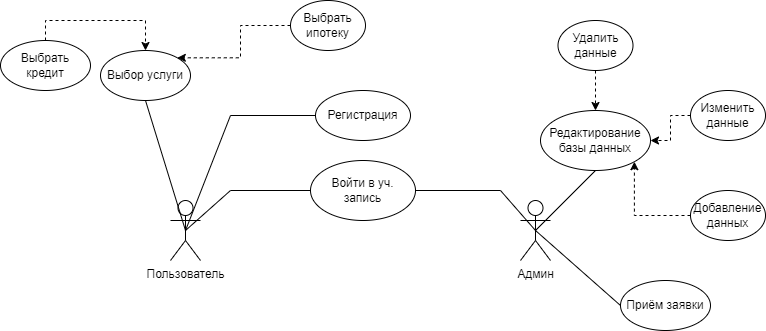
Above: Bank.drawio.png in Involuntar/Test (draw.io), before the change. Source tidied: cells renumbered, new cells last; positions are measured from the earlier drawing's top-left corner, leaving out a move shared by most shapes.
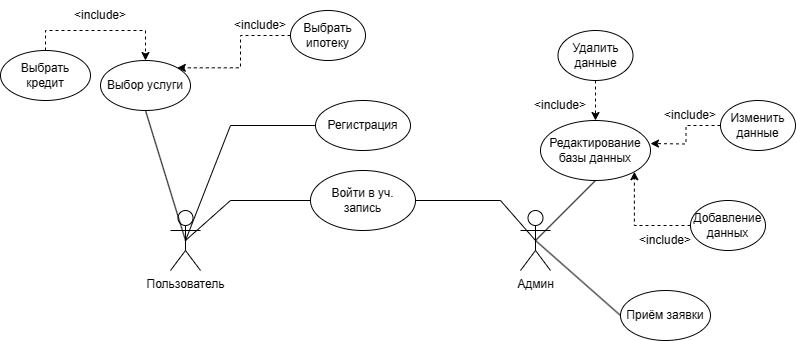
After the change.

What changed in the source:
```diff
@@ -65,11 +65,13 @@
     <mxCell id="16" style="endArrow=none;html=1;rounded=0;entryX=0.5;entryY=1;entryDx=0;entryDy=0;exitX=0.5;exitY=0.5;exitDx=0;exitDy=0;exitPerimeter=0;" parent="1" edge="1" source="3" target="15">
       <mxGeometry relative="1" as="geometry" />
     </mxCell>
-    <mxCell id="17" style="edgeStyle=orthogonalEdgeStyle;rounded=0;jettySize=auto;html=1;entryX=1;entryY=0.5;entryDx=0;entryDy=0;dashed=1;" parent="1" edge="1" source="18" target="15">
-      <mxGeometry relative="1" as="geometry" />
+    <mxCell id="17" style="edgeStyle=orthogonalEdgeStyle;rounded=0;jettySize=auto;html=1;dashed=1;" parent="1" edge="1" source="18">
+      <mxGeometry relative="1" as="geometry">
+        <mxPoint x="650" y="133" as="targetPoint" />
+      </mxGeometry>
     </mxCell>
     <mxCell id="18" value="Изменить данные" style="ellipse;whiteSpace=wrap;html=1;" parent="1" vertex="1">
-      <mxGeometry x="690" y="90" width="75" height="50" as="geometry" />
+      <mxGeometry x="720" y="90" width="75" height="50" as="geometry" />
     </mxCell>
     <mxCell id="19" style="edgeStyle=orthogonalEdgeStyle;rounded=0;jettySize=auto;html=1;entryX=0.5;entryY=0;entryDx=0;entryDy=0;dashed=1;" parent="1" edge="1" source="20" target="15">
       <mxGeometry relative="1" as="geometry" />
@@ -89,5 +91,20 @@
     <mxCell id="24" style="endArrow=none;html=1;rounded=0;entryX=0.5;entryY=0.5;entryDx=0;entryDy=0;entryPerimeter=0;exitX=0;exitY=0.5;exitDx=0;exitDy=0;" parent="1" edge="1" source="23" target="3">
       <mxGeometry relative="1" as="geometry" />
     </mxCell>
+    <mxCell id="25" value="&amp;lt;include&amp;gt;" style="text;html=1;strokeColor=none;fillColor=none;align=center;verticalAlign=middle;whiteSpace=wrap;rounded=0;" parent="1" vertex="1">
+      <mxGeometry x="70" y="-10" width="60" height="30" as="geometry" />
+    </mxCell>
+    <mxCell id="26" value="&amp;lt;include&amp;gt;" style="text;html=1;strokeColor=none;fillColor=none;align=center;verticalAlign=middle;whiteSpace=wrap;rounded=0;" parent="1" vertex="1">
+      <mxGeometry x="230" width="60" height="30" as="geometry" />
+    </mxCell>
+    <mxCell id="27" value="&amp;lt;include&amp;gt;" style="text;html=1;strokeColor=none;fillColor=none;align=center;verticalAlign=middle;whiteSpace=wrap;rounded=0;" parent="1" vertex="1">
+      <mxGeometry x="530" y="80" width="60" height="30" as="geometry" />
+    </mxCell>
+    <mxCell id="28" value="&amp;lt;include&amp;gt;" style="text;html=1;strokeColor=none;fillColor=none;align=center;verticalAlign=middle;whiteSpace=wrap;rounded=0;" parent="1" vertex="1">
+      <mxGeometry x="635" y="215" width="60" height="30" as="geometry" />
+    </mxCell>
+    <mxCell id="29" value="&amp;lt;include&amp;gt;" style="text;html=1;strokeColor=none;fillColor=none;align=center;verticalAlign=middle;whiteSpace=wrap;rounded=0;" parent="1" vertex="1">
+      <mxGeometry x="660" y="90" width="60" height="30" as="geometry" />
+    </mxCell>
   </root>
 </mxGraphModel>
```
